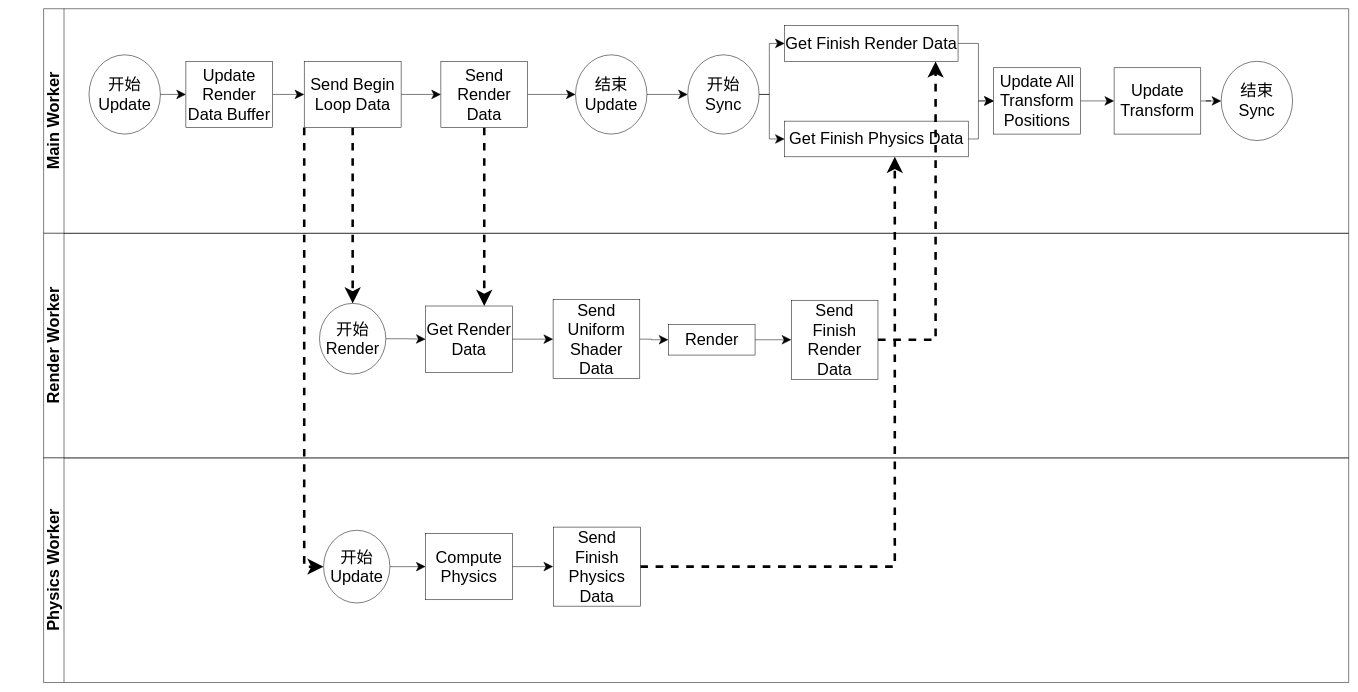
Above: packages/多线程模式/story_improve/主循环（一帧）流程图.drawio in yyc-git/3DProgramPattern (draw.io), before the change. Source tidied: cells renumbered, new cells numbered last; positions are measured from the earlier drawing's top-left corner, leaving out a move shared by most shapes. Both pictures are drawn from the tidied source at 51%, with x=0, y=0 at pixel (12, 9).
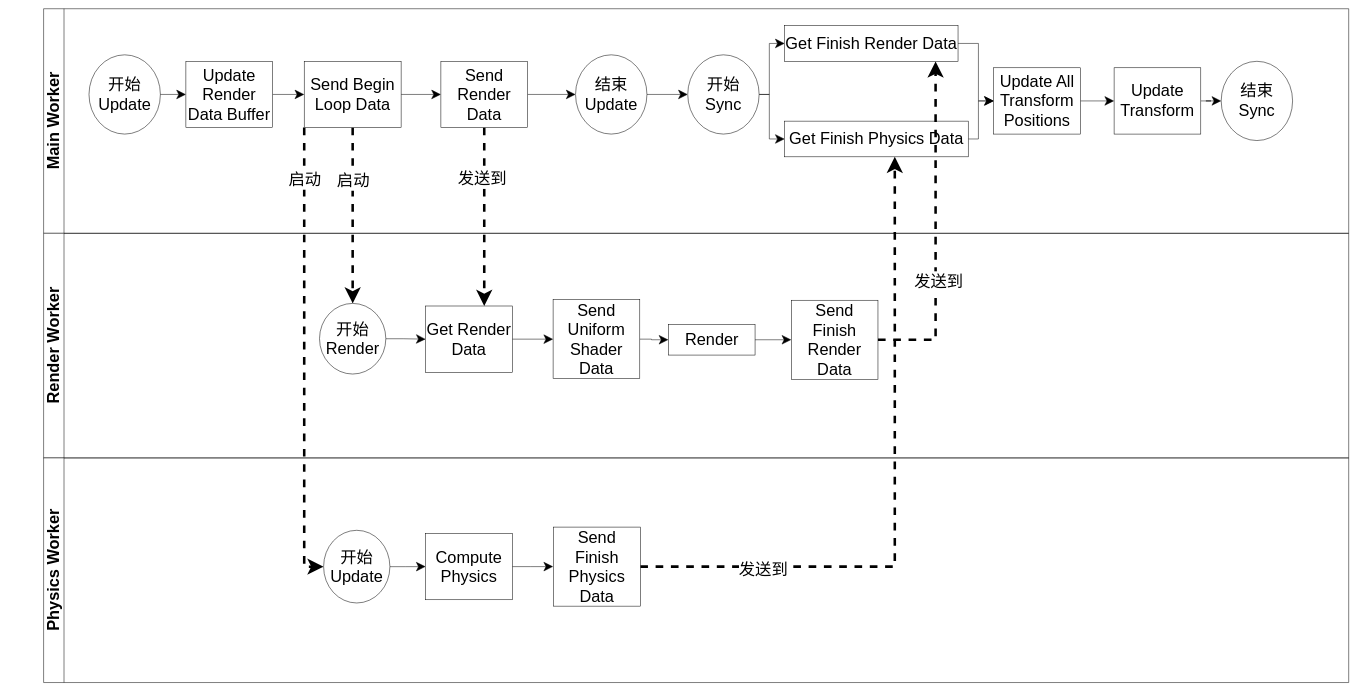
The same diagram, later.

Unchanged cells that the change refers to:
```xml
<mxCell id="12" style="edgeStyle=orthogonalEdgeStyle;rounded=0;jettySize=auto;html=1;startSize=16;endSize=16;dashed=1;strokeWidth=5;" parent="1" edge="1" source="14" target="31">
  <mxGeometry relative="1" as="geometry" />
</mxCell>
<mxCell id="13" style="edgeStyle=orthogonalEdgeStyle;rounded=0;jettySize=auto;html=1;entryX=0;entryY=0.5;entryDx=0;entryDy=0;dashed=1;startSize=16;endSize=16;strokeWidth=5;exitX=0;exitY=1;exitDx=0;exitDy=0;" parent="1" edge="1" source="14" target="40">
  <mxGeometry relative="1" as="geometry" />
</mxCell>
<mxCell id="15" style="edgeStyle=orthogonalEdgeStyle;rounded=0;jettySize=auto;html=1;startSize=16;endSize=16;strokeWidth=5;dashed=1;" parent="1" edge="1" source="17" target="33">
  <mxGeometry relative="1" as="geometry">
    <Array as="points">
      <mxPoint x="925" y="440" />
      <mxPoint x="925" y="440" />
    </Array>
  </mxGeometry>
</mxCell>
<mxCell id="43" style="edgeStyle=orthogonalEdgeStyle;rounded=0;jettySize=auto;html=1;dashed=1;startSize=16;endSize=16;strokeWidth=5;" parent="1" edge="1" source="44">
  <mxGeometry relative="1" as="geometry">
    <mxPoint x="1730" y="290" as="targetPoint" />
    <Array as="points">
      <mxPoint x="1730" y="1094" />
      <mxPoint x="1730" y="290" />
    </Array>
  </mxGeometry>
</mxCell>
<mxCell id="47" style="edgeStyle=orthogonalEdgeStyle;rounded=0;jettySize=auto;html=1;dashed=1;startSize=16;endSize=16;strokeWidth=5;" parent="1" edge="1" source="38">
  <mxGeometry relative="1" as="geometry">
    <mxPoint x="1810" y="103" as="targetPoint" />
    <Array as="points">
      <mxPoint x="1810" y="649" />
    </Array>
  </mxGeometry>
</mxCell>
```

The edit, as a diff of the source:
```diff
@@
+    <mxCell id="48" value="&lt;font style=&quot;font-size: 32px&quot;&gt;启动&lt;/font&gt;" style="edgeLabel;html=1;align=center;verticalAlign=middle;" parent="12" vertex="1">
+      <mxGeometry x="-0.39" y="3" relative="1" as="geometry">
+        <mxPoint x="-3" y="-1" as="offset" />
+      </mxGeometry>
+    </mxCell>
@@
+    <mxCell id="49" value="&lt;font style=&quot;font-size: 32px&quot;&gt;启动&lt;/font&gt;" style="edgeLabel;html=1;align=center;verticalAlign=middle;" parent="13" vertex="1">
+      <mxGeometry x="-0.77" y="9" relative="1" as="geometry">
+        <mxPoint x="-9" y="-1" as="offset" />
+      </mxGeometry>
+    </mxCell>
@@
+    <mxCell id="50" value="&lt;font style=&quot;font-size: 32px&quot;&gt;发送到&lt;/font&gt;" style="edgeLabel;html=1;align=center;verticalAlign=middle;" parent="15" vertex="1">
+      <mxGeometry x="-0.44" y="8" relative="1" as="geometry">
+        <mxPoint x="-13" y="2" as="offset" />
+      </mxGeometry>
+    </mxCell>
@@
+    <mxCell id="51" value="&lt;font style=&quot;font-size: 32px&quot;&gt;发送到&lt;/font&gt;" style="edgeLabel;html=1;align=center;verticalAlign=middle;" parent="43" vertex="1">
+      <mxGeometry x="-0.63" y="-5" relative="1" as="geometry">
+        <mxPoint x="-1" as="offset" />
+      </mxGeometry>
+    </mxCell>
@@
+    <mxCell id="52" value="&lt;font style=&quot;font-size: 32px&quot;&gt;发送到&lt;/font&gt;" style="edgeLabel;html=1;align=center;verticalAlign=middle;" parent="47" vertex="1">
+      <mxGeometry x="-0.31" y="-6" relative="1" as="geometry">
+        <mxPoint x="-1" y="-1" as="offset" />
+      </mxGeometry>
+    </mxCell>
```
